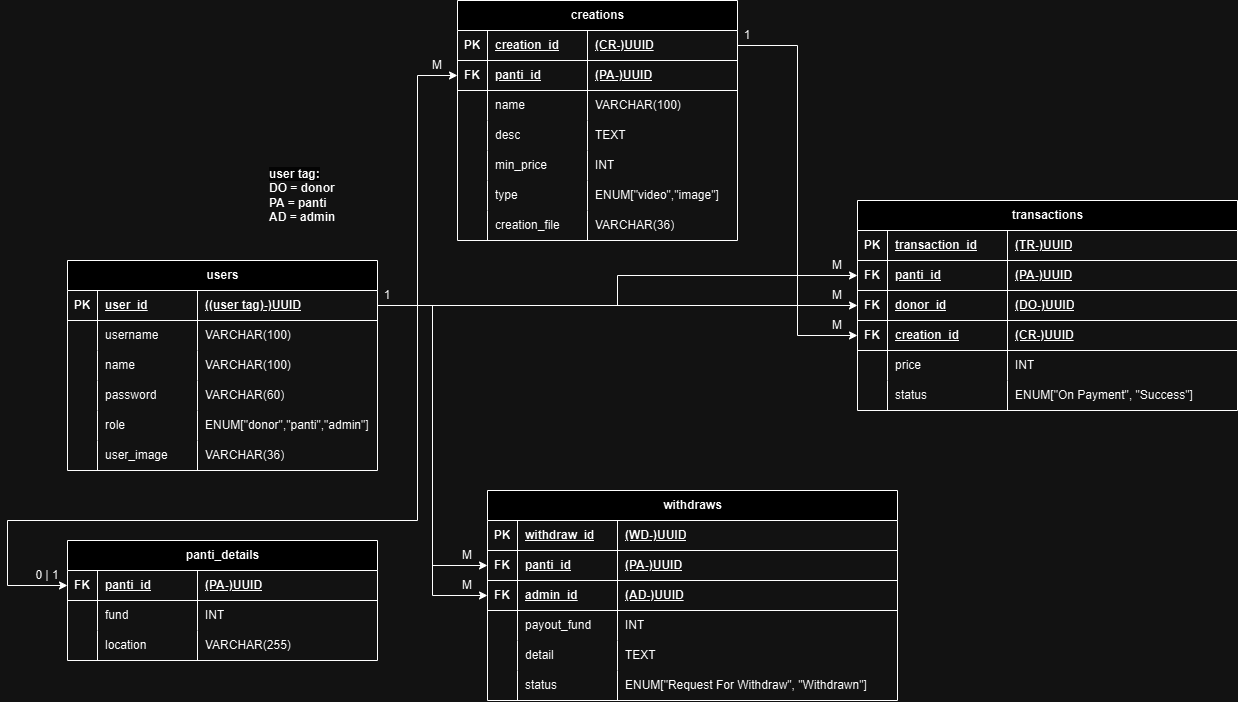
karya-asuh/karya-asuh-website keeps this draw.io diagram as karya-asuh.drawio.png. Above is the earlier version. Source tidied: cells renumbered, new cells last; positions are measured from the earlier drawing's top-left corner, leaving out a move shared by most shapes.
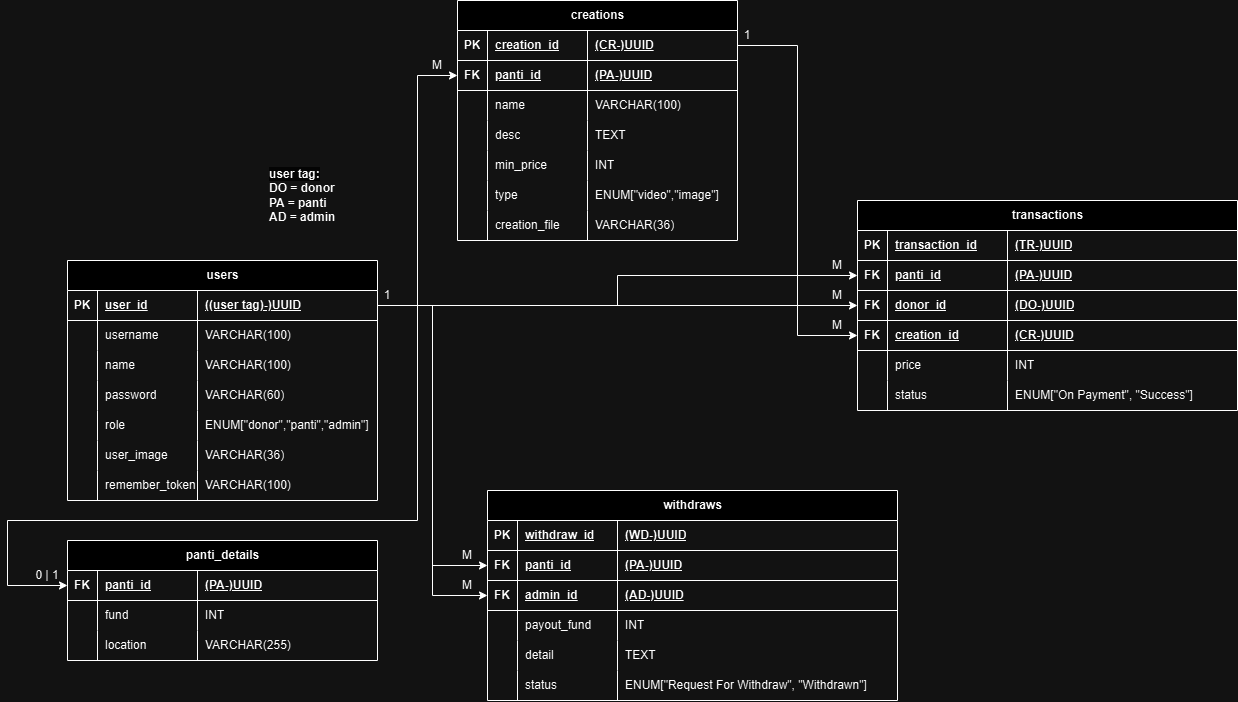
Above is the later version.

Change to the diagram source:
```diff
@@ -3,7 +3,7 @@
     <mxCell id="0" />
     <mxCell id="1" parent="0" />
     <mxCell id="2" value="users" style="shape=table;startSize=30;rowLines=0;fontStyle=1;align=center;html=1;" parent="1" vertex="1">
-      <mxGeometry x="60" y="260" width="310" height="210" as="geometry" />
+      <mxGeometry x="60" y="260" width="310" height="240" as="geometry" />
     </mxCell>
     <mxCell id="3" style="shape=tableRow;horizontal=0;startSize=0;swimlaneHead=0;swimlaneBody=0;fillColor=none;points=[[0,0.5],[1,0.5]];portConstraint=eastwest;top=0;left=0;right=0;bottom=1;" parent="2" vertex="1">
       <mxGeometry y="30" width="310" height="30" as="geometry" />
@@ -77,6 +77,18 @@
     <mxCell id="26" value="VARCHAR(36)" style="shape=partialRectangle;fillColor=none;top=0;left=0;bottom=0;right=0;align=left;spacingLeft=6;overflow=hidden;whiteSpace=wrap;html=1;" parent="23" vertex="1">
       <mxGeometry x="130" width="180" height="30" as="geometry" />
     </mxCell>
+    <mxCell id="136" style="shape=tableRow;horizontal=0;startSize=0;swimlaneHead=0;swimlaneBody=0;fillColor=none;top=0;left=0;right=0;bottom=0;" parent="2" vertex="1">
+      <mxGeometry y="210" width="310" height="30" as="geometry" />
+    </mxCell>
+    <mxCell id="137" style="shape=partialRectangle;fillColor=none;top=0;left=0;bottom=0;right=0;overflow=hidden;whiteSpace=wrap;html=1;" parent="136" vertex="1">
+      <mxGeometry width="30" height="30" as="geometry" />
+    </mxCell>
+    <mxCell id="138" value="remember_token" style="shape=partialRectangle;fillColor=none;top=0;left=0;bottom=0;right=0;align=left;spacingLeft=6;overflow=hidden;whiteSpace=wrap;html=1;" parent="136" vertex="1">
+      <mxGeometry x="30" width="100" height="30" as="geometry" />
+    </mxCell>
+    <mxCell id="139" value="VARCHAR(100)" style="shape=partialRectangle;fillColor=none;top=0;left=0;bottom=0;right=0;align=left;spacingLeft=6;overflow=hidden;whiteSpace=wrap;html=1;" parent="136" vertex="1">
+      <mxGeometry x="130" width="180" height="30" as="geometry" />
+    </mxCell>
     <mxCell id="27" value="creations" style="shape=table;startSize=30;rowLines=0;fontStyle=1;align=center;html=1;" parent="1" vertex="1">
       <mxGeometry x="450" width="280" height="240" as="geometry" />
     </mxCell>
```
